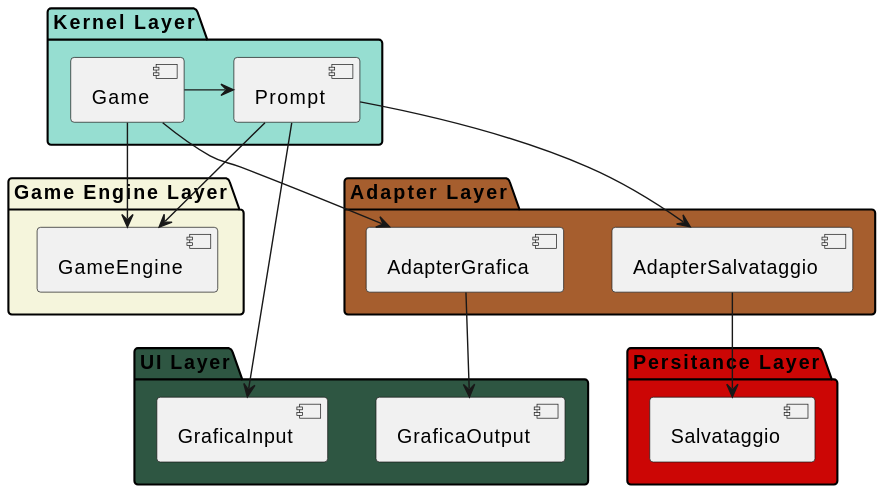
Before: DiagrammiUML/LayerDiagram.svg, a diagram exported from PlantUML (PdP03/ACMD).
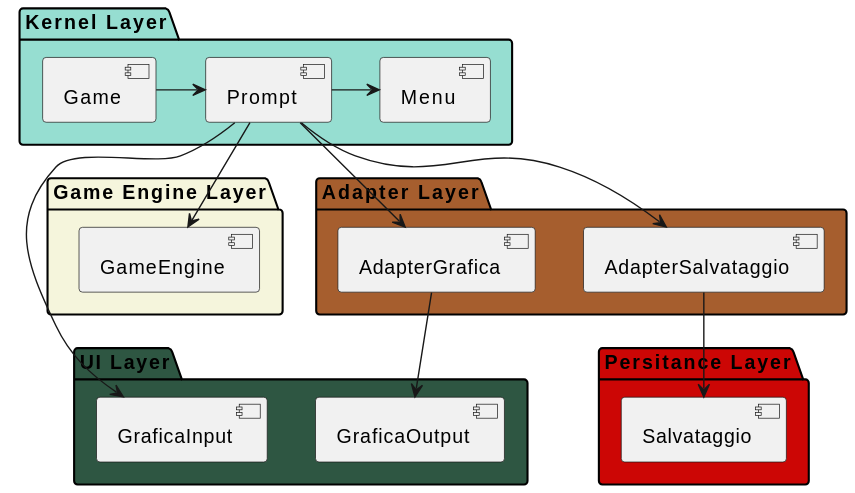
The same file after the commit.

Commit message:
Aggiornamento Diagrammi

The edit, as a diff of the source:
```diff
@@ -12,11 +12,13 @@
 package "Kernel Layer" #96ded1{
   [Prompt]
   [Game]
+  [Menu]
 }
 [Game] -> [Prompt]
-[Game] --> [GameEngine]
-[Prompt] -> [GameEngine]
+[Prompt] --> [GameEngine]
 [Prompt] --> [GraficaInput]
+[Prompt] -> [Menu]
+
 
 
 package "Persitance Layer" #cc0605 {
@@ -30,6 +32,5 @@
 [Prompt] --> [AdapterSalvataggio]
 [AdapterSalvataggio] --> [Salvataggio]
 [AdapterGrafica] --> [GraficaOutput]
-
-[Game] --> [AdapterGrafica]
+[Prompt] --> [AdapterGrafica]
 @enduml
```
